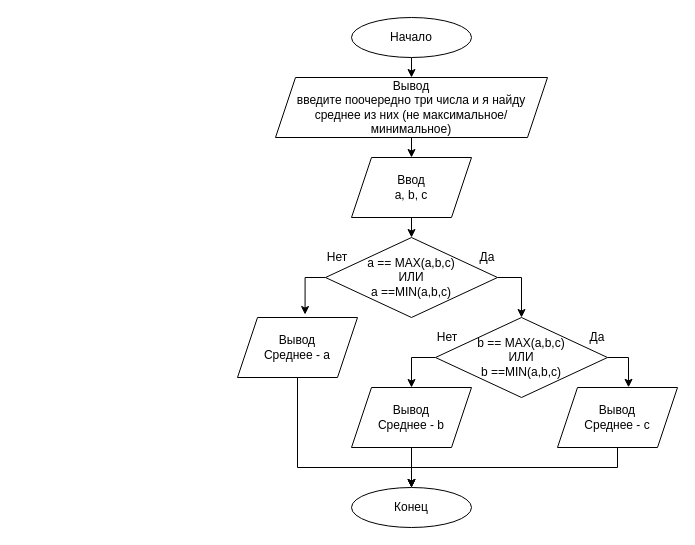
This is page "Task_8" (4 of 4) of HW_1/Untitled Diagram.drawio from grigart97/Algorithms_Python_GB, a draw.io file, before an edit. Source tidied: cells renumbered, new cells numbered last; positions are measured from the earlier drawing's top-left corner, leaving out a move shared by most shapes. Both pictures are drawn from the tidied source at 100%, with x=0, y=0 at pixel (237, 17).
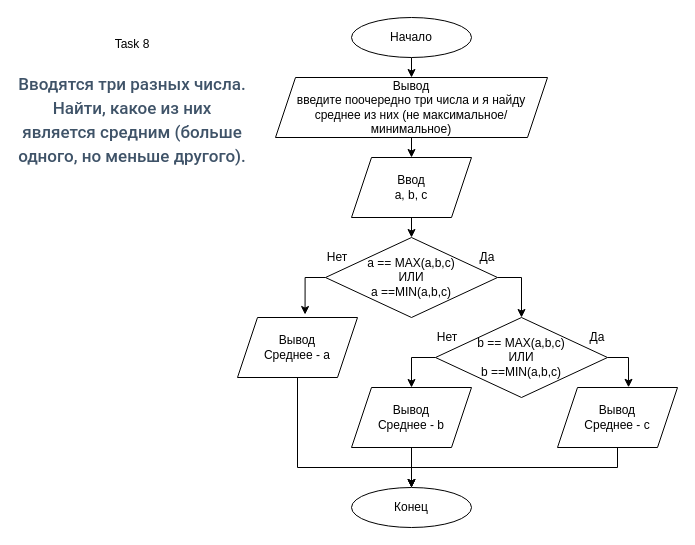
The same diagram, later.

Change to the diagram source:
```diff
@@
+    <mxCell id="25" value="Task 8&lt;br&gt;&lt;h3 style=&quot;box-sizing: border-box ; font-family: &amp;#34;roboto&amp;#34; , &amp;#34;san francisco&amp;#34; , &amp;#34;helvetica neue&amp;#34; , &amp;#34;helvetica&amp;#34; , &amp;#34;arial&amp;#34; ; font-weight: 500 ; line-height: 24px ; color: rgb(63 , 83 , 104) ; margin-top: 20px ; margin-bottom: 10px ; font-size: 17px ; background-color: rgb(255 , 255 , 255)&quot;&gt;Вводятся три разных числа. Найти, какое из них является средним (больше одного, но меньше другого).&lt;/h3&gt;" style="text;html=1;strokeColor=none;fillColor=none;align=center;verticalAlign=middle;whiteSpace=wrap;rounded=0;" parent="1" vertex="1">
+      <mxGeometry x="-220" width="230" height="180" as="geometry" />
+    </mxCell>
```
